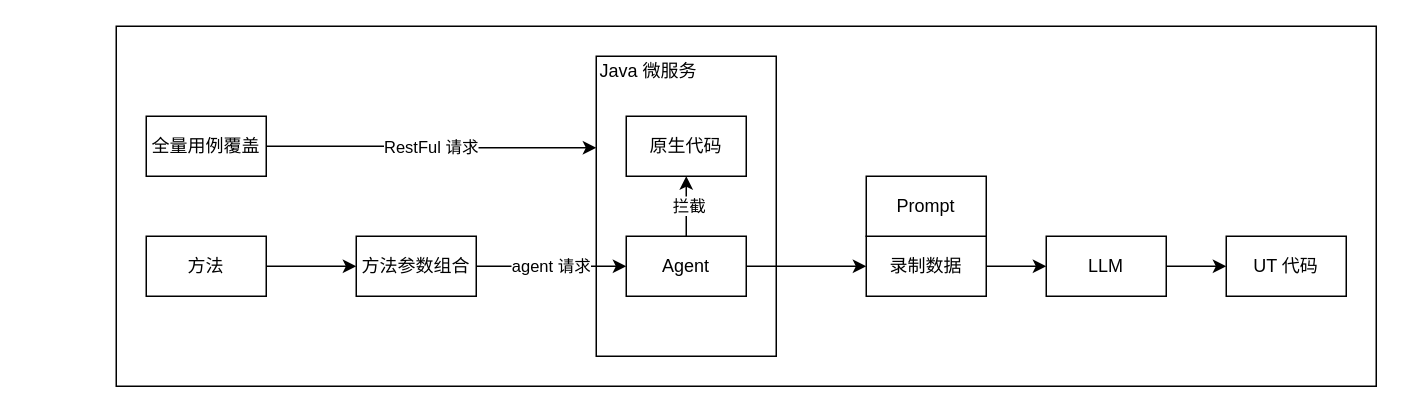
This is drawio.io/ai-ut.drawio from wenxueliu/tech_map, a draw.io file, before an edit. Source tidied: cells renumbered, new cells numbered last; positions are measured from the earlier drawing's top-left corner, leaving out a move shared by most shapes. Both pictures are drawn from the tidied source at 150%, with x=0, y=0 at pixel (116, 26).
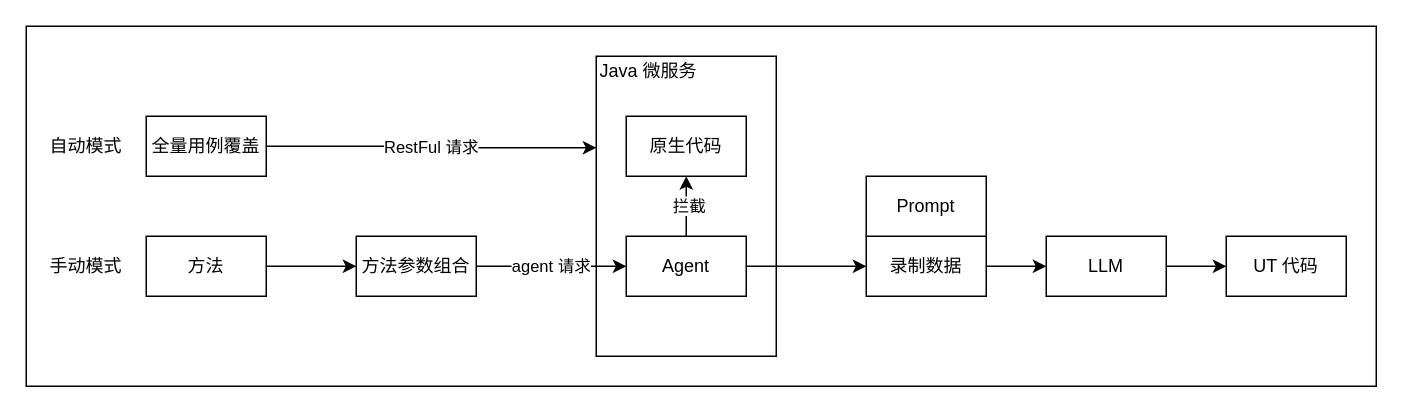
Above is the later version.

Unchanged cells that the change refers to:
```xml
<mxCell id="7" value="Agent" style="rounded=0;whiteSpace=wrap;html=1;" parent="1" vertex="1">
  <mxGeometry x="340" y="140" width="80" height="40" as="geometry" />
</mxCell>
<mxCell id="11" value="方法参数组合" style="rounded=0;whiteSpace=wrap;html=1;" parent="1" vertex="1">
  <mxGeometry x="160" y="140" width="80" height="40" as="geometry" />
</mxCell>
```

What changed in the source:
```diff
@@
     <mxCell id="2" style="rounded=0;whiteSpace=wrap;html=1;" parent="1" vertex="1">
-      <mxGeometry width="840" height="240" as="geometry" />
+      <mxGeometry x="-60" width="900" height="240" as="geometry" />
     </mxCell>
@@
     <mxCell id="10" value="agent 请求" style="edgeStyle=orthogonalEdgeStyle;rounded=0;jettySize=auto;html=1;entryX=0;entryY=0.5;entryDx=0;entryDy=0;" parent="1" edge="1" source="11" target="7">
-      <mxGeometry relative="1" as="geometry" />
+      <mxGeometry relative="1" as="geometry">
+        <Array as="points">
+          <mxPoint x="290" y="160" />
+          <mxPoint x="290" y="160" />
+        </Array>
+      </mxGeometry>
     </mxCell>
@@
+    <mxCell id="23" value="自动模式" style="text;html=1;strokeColor=none;fillColor=none;align=center;verticalAlign=middle;whiteSpace=wrap;rounded=0;" parent="1" vertex="1">
+      <mxGeometry x="-50" y="65" width="60" height="30" as="geometry" />
+    </mxCell>
+    <mxCell id="24" value="手动模式" style="text;html=1;strokeColor=none;fillColor=none;align=center;verticalAlign=middle;whiteSpace=wrap;rounded=0;" parent="1" vertex="1">
+      <mxGeometry x="-50" y="145" width="60" height="30" as="geometry" />
+    </mxCell>
```
